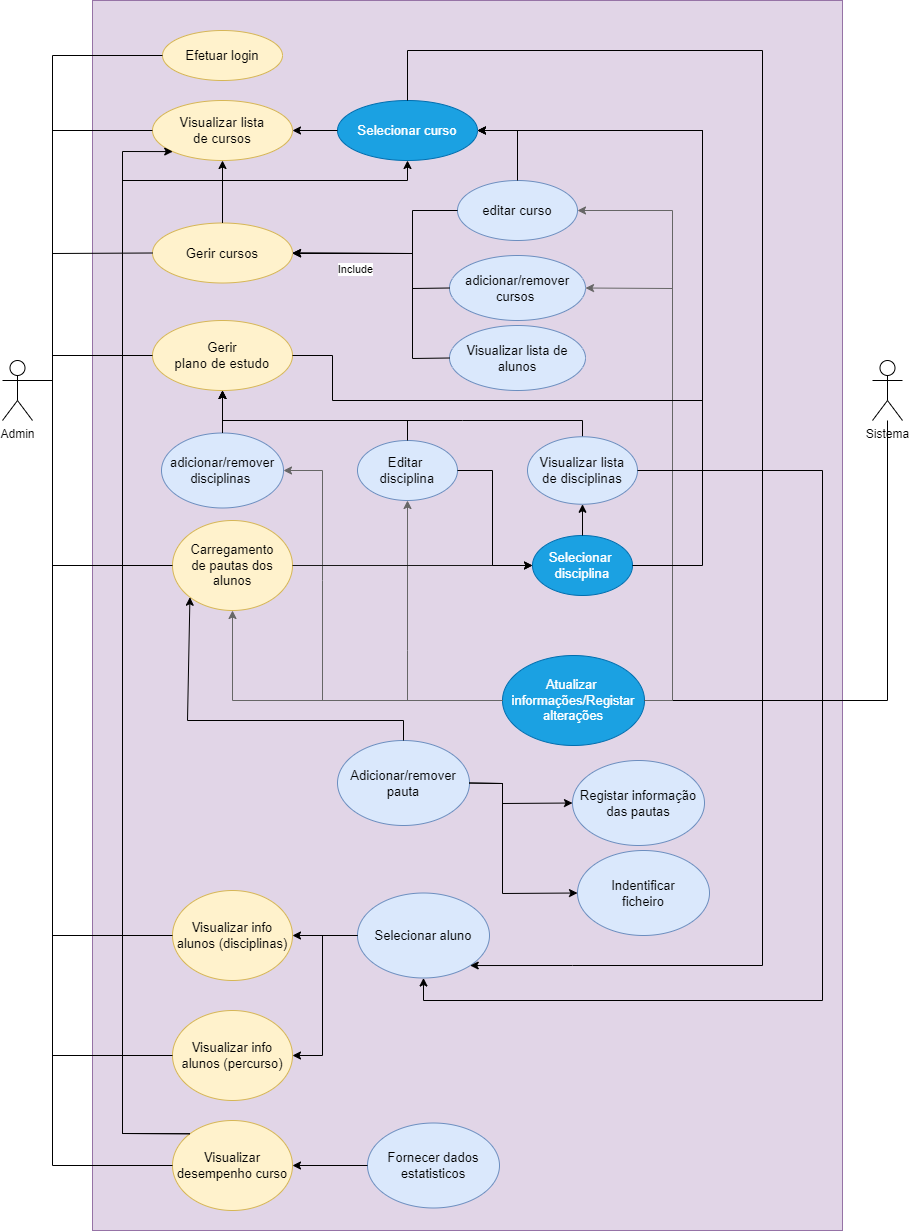
ruimpcastro/pweb2022 keeps this draw.io diagram as Docs/Use.drawio.png. Above is the earlier version. Source tidied: cells renumbered, new cells last; positions are measured from the earlier drawing's top-left corner, leaving out a move shared by most shapes.
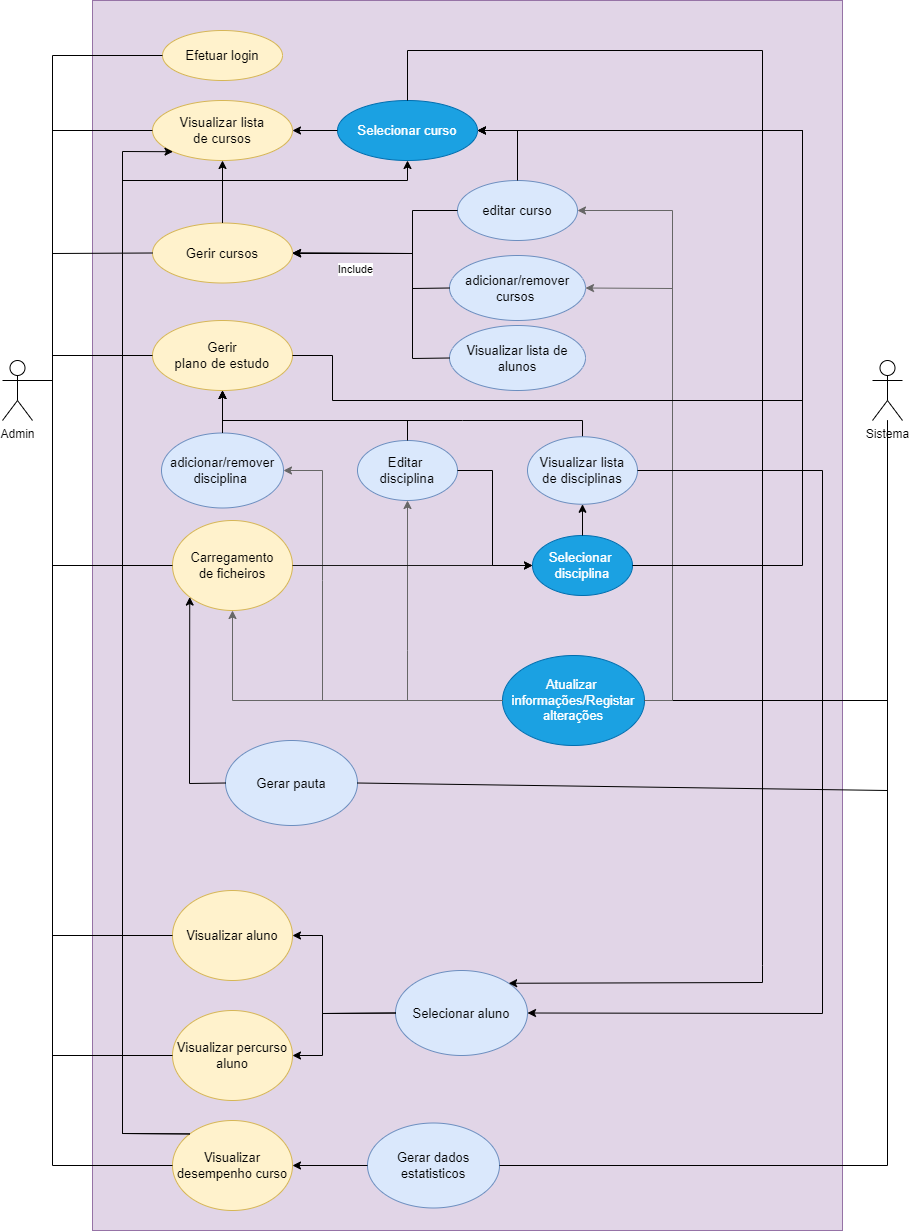
Later version of the same file.

Commit message:
Diagrama casos de Uso (PNG e Drawio)

The edit, as a diff of the source:
```diff
@@ -20,10 +20,10 @@
     <mxCell id="7" value="&lt;font style=&quot;font-size: 13px&quot;&gt;Atualizar &lt;br&gt;informações/Registar alterações&lt;/font&gt;" style="ellipse;whiteSpace=wrap;html=1;fillColor=#1ba1e2;strokeColor=#006EAF;fontColor=#ffffff;" parent="1" vertex="1">
       <mxGeometry x="500" y="655" width="142" height="90" as="geometry" />
     </mxCell>
-    <mxCell id="8" value="&lt;div&gt;&lt;font style=&quot;font-size: 13px&quot;&gt;&lt;span style=&quot;font-family: &amp;#34;arial&amp;#34;&quot;&gt;adicionar&lt;/span&gt;&lt;span style=&quot;font-family: &amp;#34;arial&amp;#34;&quot;&gt;/remover&lt;/span&gt;&lt;/font&gt;&lt;/div&gt;&lt;div&gt;&lt;span style=&quot;font-family: &amp;#34;arial&amp;#34;&quot;&gt;&lt;font style=&quot;font-size: 13px&quot;&gt;disciplinas&amp;nbsp;&lt;/font&gt;&lt;/span&gt;&lt;/div&gt;" style="ellipse;whiteSpace=wrap;html=1;fillColor=#dae8fc;strokeColor=#6c8ebf;" parent="1" vertex="1">
+    <mxCell id="8" value="&lt;div&gt;&lt;font style=&quot;font-size: 13px&quot;&gt;&lt;span style=&quot;font-family: &amp;#34;arial&amp;#34;&quot;&gt;adicionar&lt;/span&gt;&lt;span style=&quot;font-family: &amp;#34;arial&amp;#34;&quot;&gt;/remover&lt;/span&gt;&lt;/font&gt;&lt;/div&gt;&lt;div&gt;&lt;span style=&quot;font-family: &amp;#34;arial&amp;#34;&quot;&gt;&lt;font style=&quot;font-size: 13px&quot;&gt;disciplina&amp;nbsp;&lt;/font&gt;&lt;/span&gt;&lt;/div&gt;" style="ellipse;whiteSpace=wrap;html=1;fillColor=#dae8fc;strokeColor=#6c8ebf;" parent="1" vertex="1">
       <mxGeometry x="159" y="432.5" width="122" height="75" as="geometry" />
     </mxCell>
-    <mxCell id="9" value="&lt;font style=&quot;font-size: 13px&quot;&gt;Carregamento&lt;br&gt;de pautas dos alunos&lt;/font&gt;" style="ellipse;whiteSpace=wrap;html=1;fillColor=#fff2cc;strokeColor=#d6b656;" parent="1" vertex="1">
+    <mxCell id="9" value="&lt;font style=&quot;font-size: 13px&quot;&gt;Carregamento&lt;br&gt;de ficheiros&lt;/font&gt;" style="ellipse;whiteSpace=wrap;html=1;fillColor=#fff2cc;strokeColor=#d6b656;" parent="1" vertex="1">
       <mxGeometry x="170" y="520" width="120" height="90" as="geometry" />
     </mxCell>
     <mxCell id="10" value="&lt;div&gt;&lt;font face=&quot;arial&quot;&gt;&lt;span style=&quot;font-size: 13.3333px&quot;&gt;Gerir cursos&lt;/span&gt;&lt;/font&gt;&lt;/div&gt;" style="ellipse;whiteSpace=wrap;html=1;fillColor=#fff2cc;strokeColor=#d6b656;" parent="1" vertex="1">
@@ -199,8 +199,8 @@
     <mxCell id="38" style="endArrow=classic;html=1;rounded=0;fontSize=13;fillColor=#f8cecc;strokeColor=#000000;exitX=1;exitY=0.5;exitDx=0;exitDy=0;entryX=1;entryY=0.5;entryDx=0;entryDy=0;" parent="1" edge="1" source="20" target="11">
       <mxGeometry relative="1" as="geometry">
         <Array as="points">
-          <mxPoint x="700" y="565" />
-          <mxPoint x="700" y="130" />
+          <mxPoint x="800" y="565" />
+          <mxPoint x="800" y="130" />
         </Array>
       </mxGeometry>
     </mxCell>
@@ -212,8 +212,8 @@
         <Array as="points">
           <mxPoint x="330" y="355" />
           <mxPoint x="330" y="400" />
-          <mxPoint x="700" y="400" />
-          <mxPoint x="700" y="130" />
+          <mxPoint x="800" y="400" />
+          <mxPoint x="800" y="130" />
           <mxPoint x="520" y="130" />
         </Array>
       </mxGeometry>
@@ -244,43 +244,20 @@
         </Array>
       </mxGeometry>
     </mxCell>
-    <mxCell id="45" value="&lt;font face=&quot;arial&quot;&gt;&lt;span style=&quot;font-size: 13px&quot;&gt;Registar informação&lt;br&gt;das pautas&lt;br&gt;&lt;/span&gt;&lt;/font&gt;" style="ellipse;whiteSpace=wrap;html=1;fillColor=#dae8fc;strokeColor=#6c8ebf;" parent="1" vertex="1">
-      <mxGeometry x="570" y="760" width="132" height="85" as="geometry" />
-    </mxCell>
-    <mxCell id="46" value="&lt;font face=&quot;arial&quot;&gt;&lt;span style=&quot;font-size: 13px&quot;&gt;Adicionar/remover&lt;br&gt;pauta&lt;br&gt;&lt;/span&gt;&lt;/font&gt;" style="ellipse;whiteSpace=wrap;html=1;fillColor=#dae8fc;strokeColor=#6c8ebf;" parent="1" vertex="1">
-      <mxGeometry x="335" y="740" width="132" height="85" as="geometry" />
+    <mxCell id="46" value="&lt;font face=&quot;arial&quot;&gt;&lt;span style=&quot;font-size: 13px&quot;&gt;Gerar pauta&lt;br&gt;&lt;/span&gt;&lt;/font&gt;" style="ellipse;whiteSpace=wrap;html=1;fillColor=#dae8fc;strokeColor=#6c8ebf;" parent="1" vertex="1">
+      <mxGeometry x="223" y="740" width="132" height="85" as="geometry" />
     </mxCell>
-    <mxCell id="47" style="endArrow=classic;html=1;rounded=0;fontSize=13;strokeColor=#000000;exitX=1;exitY=0.5;exitDx=0;exitDy=0;entryX=0;entryY=0.5;entryDx=0;entryDy=0;" parent="1" edge="1" source="46" target="45">
-      <mxGeometry relative="1" as="geometry">
-        <Array as="points">
-          <mxPoint x="500" y="783" />
-          <mxPoint x="500" y="803" />
-        </Array>
-      </mxGeometry>
-    </mxCell>
-    <mxCell id="48" style="endArrow=classic;html=1;rounded=0;fontSize=13;strokeColor=#000000;exitX=0.5;exitY=0;exitDx=0;exitDy=0;entryX=0;entryY=1;entryDx=0;entryDy=0;" parent="1" edge="1" source="46" target="9">
+    <mxCell id="48" style="endArrow=classic;html=1;rounded=0;fontSize=13;strokeColor=#000000;exitX=0;exitY=0.5;exitDx=0;exitDy=0;entryX=0;entryY=1;entryDx=0;entryDy=0;" parent="1" edge="1" source="46" target="9">
       <mxGeometry relative="1" as="geometry">
         <Array as="points">
-          <mxPoint x="401" y="720" />
-          <mxPoint x="185" y="720" />
+          <mxPoint x="187" y="783" />
         </Array>
       </mxGeometry>
     </mxCell>
-    <mxCell id="49" value="&lt;font face=&quot;arial&quot;&gt;&lt;span style=&quot;font-size: 13px&quot;&gt;Indentificar&lt;br&gt;ficheiro&lt;br&gt;&lt;/span&gt;&lt;/font&gt;" style="ellipse;whiteSpace=wrap;html=1;fillColor=#dae8fc;strokeColor=#6c8ebf;" parent="1" vertex="1">
-      <mxGeometry x="575" y="850" width="132" height="85" as="geometry" />
-    </mxCell>
-    <mxCell id="50" style="endArrow=classic;html=1;rounded=0;fontSize=13;strokeColor=#000000;entryX=0;entryY=0.5;entryDx=0;entryDy=0;exitX=1;exitY=0.5;exitDx=0;exitDy=0;" parent="1" edge="1" source="46" target="49">
-      <mxGeometry relative="1" as="geometry">
-        <Array as="points">
-          <mxPoint x="500" y="783" />
-          <mxPoint x="500" y="893" />
-        </Array>
-      </mxGeometry>
-    </mxCell>
-    <mxCell id="51" value="&lt;span style=&quot;font-size: 13px&quot;&gt;Visualizar info alunos (disciplinas)&lt;/span&gt;" style="ellipse;whiteSpace=wrap;html=1;fillColor=#fff2cc;strokeColor=#d6b656;" parent="1" vertex="1">
+    <mxCell id="51" value="&lt;span style=&quot;font-size: 13px&quot;&gt;Visualizar aluno&lt;/span&gt;" style="ellipse;whiteSpace=wrap;html=1;fillColor=#fff2cc;strokeColor=#d6b656;" parent="1" vertex="1">
       <mxGeometry x="170" y="890" width="120" height="90" as="geometry" />
     </mxCell>
-    <mxCell id="52" value="&lt;span style=&quot;font-size: 13px&quot;&gt;Visualizar info alunos (percurso)&lt;/span&gt;" style="ellipse;whiteSpace=wrap;html=1;fillColor=#fff2cc;strokeColor=#d6b656;" parent="1" vertex="1">
+    <mxCell id="52" value="&lt;span style=&quot;font-size: 13px&quot;&gt;Visualizar percurso aluno&lt;/span&gt;" style="ellipse;whiteSpace=wrap;html=1;fillColor=#fff2cc;strokeColor=#d6b656;" parent="1" vertex="1">
       <mxGeometry x="170" y="1010" width="120" height="90" as="geometry" />
     </mxCell>
     <mxCell id="53" value="&lt;span style=&quot;font-size: 13px&quot;&gt;Visualizar desempenho curso&lt;/span&gt;" style="ellipse;whiteSpace=wrap;html=1;fillColor=#fff2cc;strokeColor=#d6b656;" parent="1" vertex="1">
@@ -313,35 +290,39 @@
       </mxGeometry>
     </mxCell>
     <mxCell id="57" value="&lt;font face=&quot;arial&quot;&gt;&lt;span style=&quot;font-size: 13px&quot;&gt;Selecionar aluno&lt;br&gt;&lt;/span&gt;&lt;/font&gt;" style="ellipse;whiteSpace=wrap;html=1;fillColor=#dae8fc;strokeColor=#6c8ebf;" parent="1" vertex="1">
-      <mxGeometry x="355" y="892.5" width="132" height="85" as="geometry" />
+      <mxGeometry x="393" y="970" width="132" height="85" as="geometry" />
     </mxCell>
     <mxCell id="58" style="endArrow=classic;html=1;rounded=0;fontSize=13;strokeColor=#000000;exitX=0;exitY=0.5;exitDx=0;exitDy=0;entryX=1;entryY=0.5;entryDx=0;entryDy=0;" parent="1" edge="1" source="57" target="51">
-      <mxGeometry relative="1" as="geometry" />
+      <mxGeometry relative="1" as="geometry">
+        <Array as="points">
+          <mxPoint x="320" y="1013" />
+          <mxPoint x="320" y="935" />
+        </Array>
+      </mxGeometry>
     </mxCell>
-    <mxCell id="59" style="endArrow=classic;html=1;rounded=0;fontSize=13;strokeColor=#000000;exitX=1;exitY=0.5;exitDx=0;exitDy=0;entryX=0.5;entryY=1;entryDx=0;entryDy=0;" parent="1" edge="1" source="30" target="57">
+    <mxCell id="59" style="endArrow=classic;html=1;rounded=0;fontSize=13;strokeColor=#000000;exitX=1;exitY=0.5;exitDx=0;exitDy=0;entryX=1;entryY=0.5;entryDx=0;entryDy=0;" parent="1" edge="1" source="30" target="57">
       <mxGeometry relative="1" as="geometry">
         <Array as="points">
           <mxPoint x="820" y="470" />
-          <mxPoint x="820" y="1000" />
-          <mxPoint x="421" y="1000" />
+          <mxPoint x="820" y="1013" />
         </Array>
       </mxGeometry>
     </mxCell>
     <mxCell id="60" style="endArrow=classic;html=1;rounded=0;fontSize=13;strokeColor=#000000;entryX=1;entryY=0.5;entryDx=0;entryDy=0;exitX=0;exitY=0.5;exitDx=0;exitDy=0;" parent="1" edge="1" source="57" target="52">
       <mxGeometry relative="1" as="geometry">
         <Array as="points">
-          <mxPoint x="320" y="935" />
+          <mxPoint x="320" y="1013" />
           <mxPoint x="320" y="1055" />
         </Array>
       </mxGeometry>
     </mxCell>
-    <mxCell id="61" style="endArrow=classic;html=1;rounded=0;fontSize=13;strokeColor=#000000;exitX=0.5;exitY=0;exitDx=0;exitDy=0;entryX=1;entryY=1;entryDx=0;entryDy=0;" parent="1" edge="1" source="11" target="57">
+    <mxCell id="61" style="endArrow=classic;html=1;rounded=0;fontSize=13;strokeColor=#000000;exitX=0.5;exitY=0;exitDx=0;exitDy=0;entryX=1;entryY=0;entryDx=0;entryDy=0;" parent="1" edge="1" source="11" target="57">
       <mxGeometry relative="1" as="geometry">
         <Array as="points">
           <mxPoint x="405" y="50" />
           <mxPoint x="760" y="50" />
           <mxPoint x="760" y="965" />
-          <mxPoint x="570" y="965" />
+          <mxPoint x="760" y="982" />
         </Array>
       </mxGeometry>
     </mxCell>
@@ -362,11 +343,26 @@
         </Array>
       </mxGeometry>
     </mxCell>
-    <mxCell id="64" value="&lt;font face=&quot;arial&quot;&gt;&lt;span style=&quot;font-size: 13px&quot;&gt;Fornecer dados estatisticos&lt;br&gt;&lt;/span&gt;&lt;/font&gt;" style="ellipse;whiteSpace=wrap;html=1;fillColor=#dae8fc;strokeColor=#6c8ebf;" parent="1" vertex="1">
+    <mxCell id="64" value="&lt;font face=&quot;arial&quot;&gt;&lt;span style=&quot;font-size: 13px&quot;&gt;Gerar dados estatisticos&lt;br&gt;&lt;/span&gt;&lt;/font&gt;" style="ellipse;whiteSpace=wrap;html=1;fillColor=#dae8fc;strokeColor=#6c8ebf;" parent="1" vertex="1">
       <mxGeometry x="365" y="1122.5" width="132" height="85" as="geometry" />
     </mxCell>
     <mxCell id="65" style="endArrow=classic;html=1;rounded=0;fontSize=13;strokeColor=#000000;exitX=0;exitY=0.5;exitDx=0;exitDy=0;entryX=1;entryY=0.5;entryDx=0;entryDy=0;" parent="1" edge="1" source="64" target="53">
       <mxGeometry relative="1" as="geometry" />
     </mxCell>
+    <mxCell id="66" style="endArrow=none;html=1;rounded=0;exitX=1;exitY=0.5;exitDx=0;exitDy=0;" parent="1" edge="1" source="64">
+      <mxGeometry relative="1" as="geometry">
+        <mxPoint x="885" y="420" as="targetPoint" />
+        <Array as="points">
+          <mxPoint x="885" y="1165" />
+        </Array>
+      </mxGeometry>
+    </mxCell>
+    <mxCell id="67" style="endArrow=none;html=1;rounded=0;exitX=1;exitY=0.5;exitDx=0;exitDy=0;" parent="1" edge="1" source="46" target="3">
+      <mxGeometry relative="1" as="geometry">
+        <Array as="points">
+          <mxPoint x="885" y="790" />
+        </Array>
+      </mxGeometry>
+    </mxCell>
   </root>
 </mxGraphModel>
```
